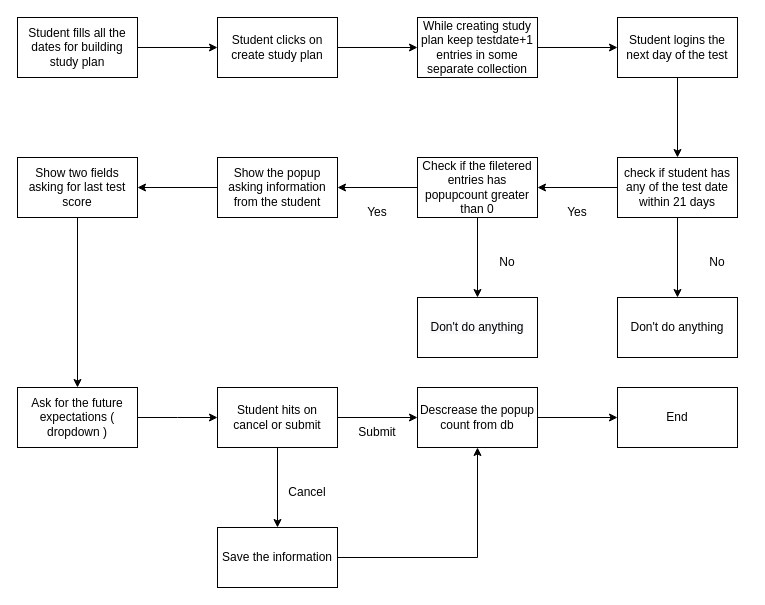
Before: newtest.drawio in geekyoperand/test, a draw.io diagram. Source tidied: cells renumbered, new cells numbered last; positions are measured from the earlier drawing's top-left corner, leaving out a move shared by most shapes. Both pictures are drawn from the tidied source at 100%, with x=0, y=0 at pixel (17, 17).
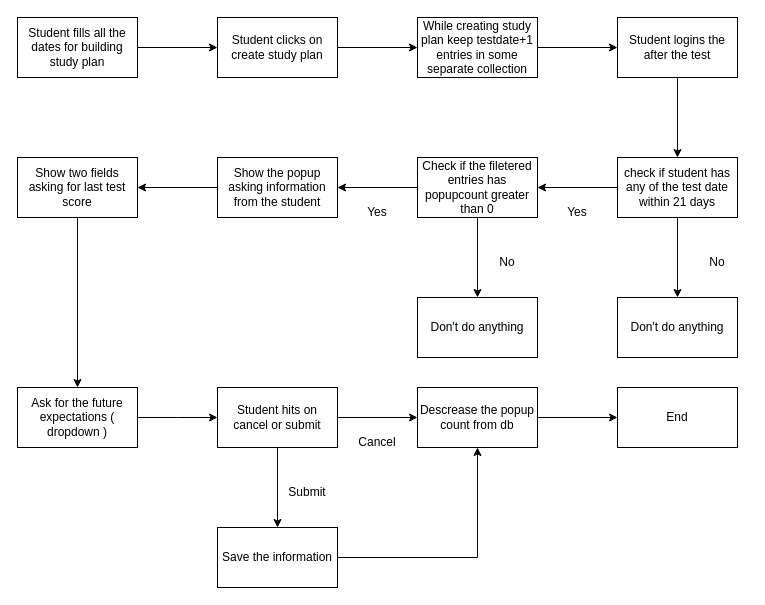
The same page after the edit.

Diff of the diagram source:
```diff
@@
-    <mxCell id="9" value="Student logins the next day of the test" style="whiteSpace=wrap;html=1;rounded=0;" parent="1" vertex="1">
+    <mxCell id="9" value="Student logins the after the test" style="whiteSpace=wrap;html=1;rounded=0;" parent="1" vertex="1">
       <mxGeometry x="600" width="120" height="60" as="geometry" />
     </mxCell>
@@
     <mxCell id="36" value="Cancel" style="text;html=1;strokeColor=none;fillColor=none;align=center;verticalAlign=middle;whiteSpace=wrap;rounded=0;" parent="1" vertex="1">
-      <mxGeometry x="260" y="460" width="60" height="30" as="geometry" />
+      <mxGeometry x="330" y="410" width="60" height="30" as="geometry" />
     </mxCell>
     <mxCell id="37" value="Submit" style="text;html=1;strokeColor=none;fillColor=none;align=center;verticalAlign=middle;whiteSpace=wrap;rounded=0;" parent="1" vertex="1">
-      <mxGeometry x="330" y="400" width="60" height="30" as="geometry" />
+      <mxGeometry x="260" y="460" width="60" height="30" as="geometry" />
     </mxCell>
```
